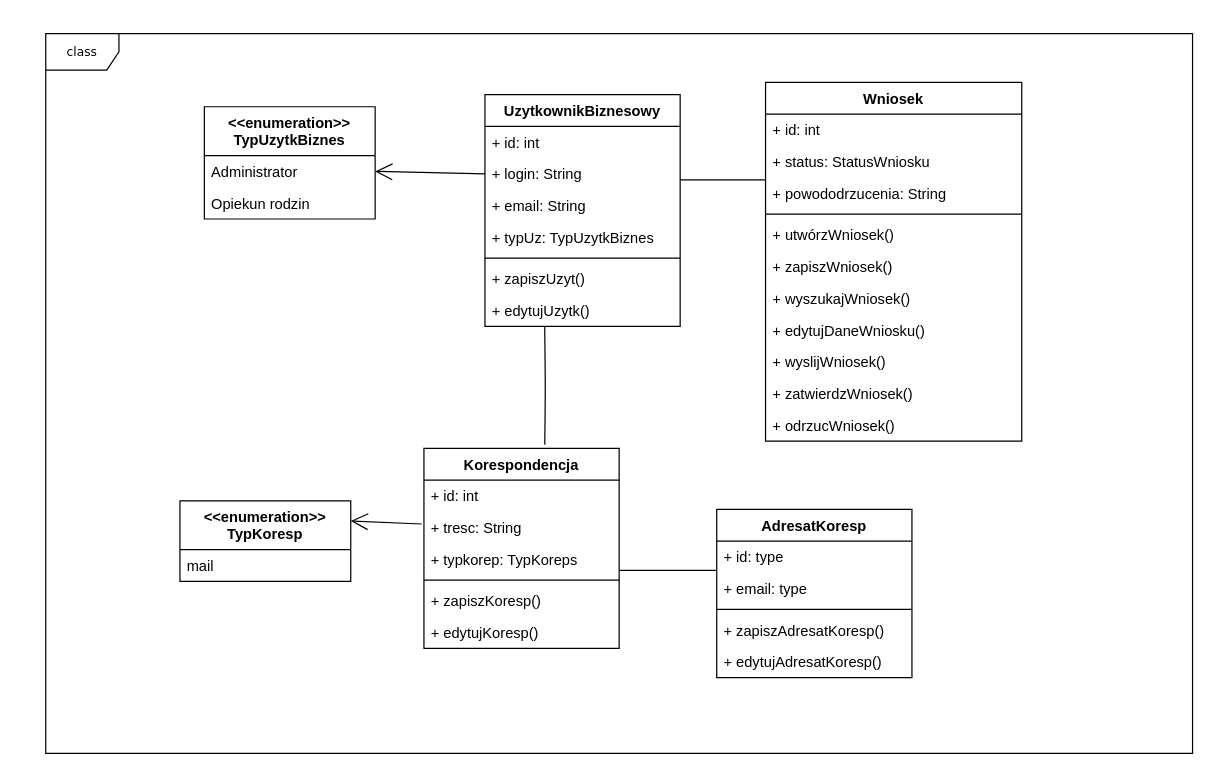
The draw.io diagram Untitled Diagram.drawio in tadeg/study, before the edit. Source tidied: cells renumbered, new cells numbered last; positions are measured from the earlier drawing's top-left corner, leaving out a move shared by most shapes. Both pictures are drawn from the tidied source at 122%, with x=0, y=0 at pixel (45, 33).
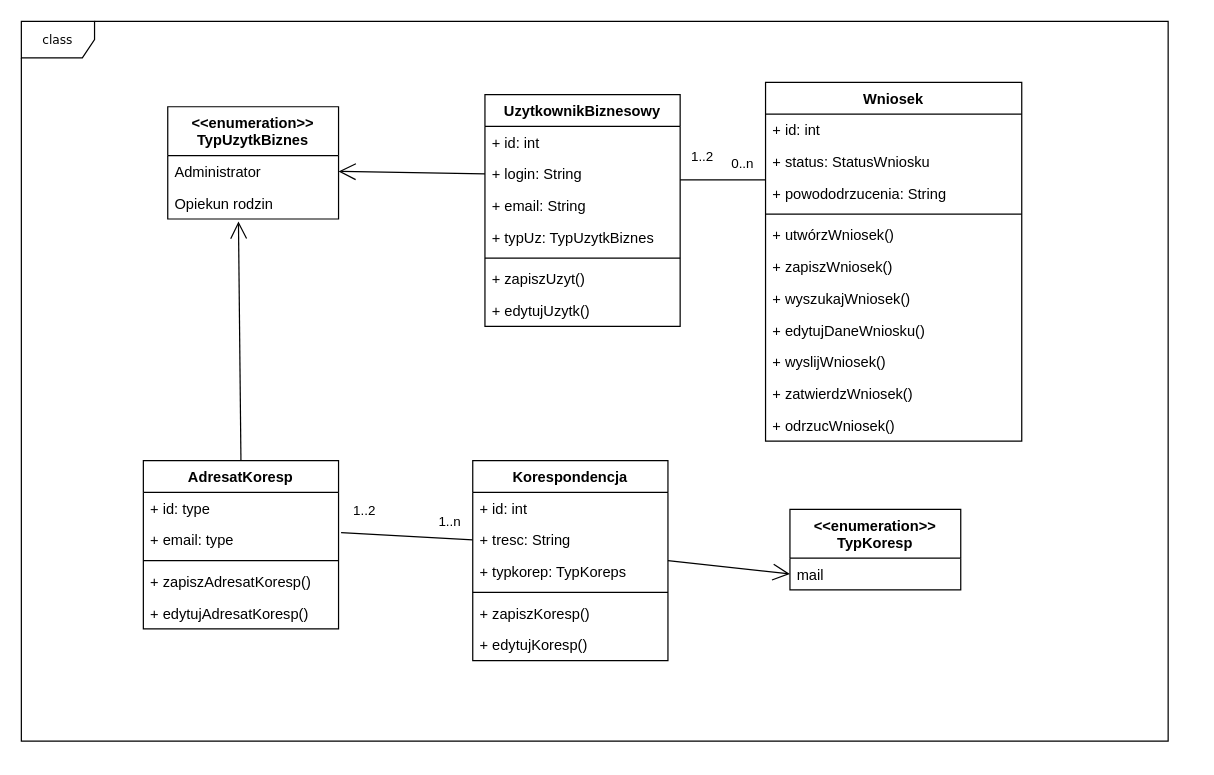
The same page after the edit.

The change refers to these unchanged cells:
```xml
<mxCell id="24" value="Opiekun rodzin" style="text;strokeColor=none;fillColor=none;align=left;verticalAlign=top;spacingLeft=4;spacingRight=4;overflow=hidden;points=[[0,0.5],[1,0.5]];portConstraint=eastwest;" parent="22" vertex="1">
  <mxGeometry y="66" width="140" height="26" as="geometry" />
</mxCell>
<mxCell id="26" style="endArrow=none;html=1;edgeStyle=orthogonalEdgeStyle;" parent="1" edge="1">
  <mxGeometry relative="1" as="geometry">
    <mxPoint x="520" y="120" as="sourcePoint" />
    <mxPoint x="590" y="120" as="targetPoint" />
  </mxGeometry>
</mxCell>
<mxCell id="29" value="+ email: type" style="text;strokeColor=none;fillColor=none;align=left;verticalAlign=top;spacingLeft=4;spacingRight=4;overflow=hidden;points=[[0,0.5],[1,0.5]];portConstraint=eastwest;" parent="27" vertex="1">
  <mxGeometry y="52" width="160" height="26" as="geometry" />
</mxCell>
<mxCell id="34" value="mail" style="text;strokeColor=none;fillColor=none;align=left;verticalAlign=top;spacingLeft=4;spacingRight=4;overflow=hidden;points=[[0,0.5],[1,0.5]];portConstraint=eastwest;" parent="33" vertex="1">
  <mxGeometry y="40" width="140" height="26" as="geometry" />
</mxCell>
<mxCell id="39" value="+ tresc: String" style="text;strokeColor=none;fillColor=none;align=left;verticalAlign=top;spacingLeft=4;spacingRight=4;overflow=hidden;points=[[0,0.5],[1,0.5]];portConstraint=eastwest;" parent="37" vertex="1">
  <mxGeometry y="52" width="160" height="26" as="geometry" />
</mxCell>
<mxCell id="40" value="+ typkorep: TypKoreps" style="text;strokeColor=none;fillColor=none;align=left;verticalAlign=top;spacingLeft=4;spacingRight=4;overflow=hidden;points=[[0,0.5],[1,0.5]];portConstraint=eastwest;" parent="37" vertex="1">
  <mxGeometry y="78" width="160" height="26" as="geometry" />
</mxCell>
```

Change to the diagram source:
```diff
@@
     <mxCell id="22" value="&lt;&lt;enumeration&gt;&gt;&#10;TypUzytkBiznes" style="swimlane;fontStyle=1;horizontal=1;startSize=40;fillColor=none;" parent="1" vertex="1">
-      <mxGeometry x="130" y="60" width="140" height="92" as="geometry" />
+      <mxGeometry x="100" y="60" width="140" height="92" as="geometry" />
     </mxCell>
@@
+    <mxCell id="46" value="0..n" style="edgeLabel;html=1;align=center;verticalAlign=middle;" parent="26" vertex="1">
+      <mxGeometry x="0.11" relative="1" as="geometry">
+        <mxPoint x="11" y="-14" as="offset" />
+      </mxGeometry>
+    </mxCell>
+    <mxCell id="47" value="1..2" style="edgeLabel;html=1;align=center;verticalAlign=middle;" parent="26" vertex="1">
+      <mxGeometry x="-0.51" relative="1" as="geometry">
+        <mxPoint y="-20" as="offset" />
+      </mxGeometry>
+    </mxCell>
     <mxCell id="27" value="AdresatKoresp" style="swimlane;fontStyle=1;align=center;verticalAlign=top;horizontal=1;startSize=26;" parent="1" vertex="1">
-      <mxGeometry x="550" y="390" width="160" height="138" as="geometry" />
+      <mxGeometry x="80" y="350" width="160" height="138" as="geometry" />
     </mxCell>
@@
     <mxCell id="33" value="&lt;&lt;enumeration&gt;&gt;&#10;TypKoresp" style="swimlane;fontStyle=1;horizontal=1;startSize=40;fillColor=none;" parent="1" vertex="1">
-      <mxGeometry x="110" y="383" width="140" height="66" as="geometry" />
+      <mxGeometry x="610" y="390" width="140" height="66" as="geometry" />
     </mxCell>
@@
-    <mxCell id="35" style="endArrow=open;endFill=1;endSize=12;html=1;entryX=1;entryY=0.25;entryDx=0;entryDy=0;exitX=-0.012;exitY=0.138;exitDx=0;exitDy=0;exitPerimeter=0;" parent="1" edge="1" target="33">
-      <mxGeometry relative="1" as="geometry">
-        <mxPoint x="308.1" y="402" as="sourcePoint" />
-      </mxGeometry>
+    <mxCell id="35" style="endArrow=open;endFill=1;endSize=12;html=1;exitX=1;exitY=0.154;exitDx=0;exitDy=0;exitPerimeter=0;entryX=0;entryY=0.5;entryDx=0;entryDy=0;" parent="1" edge="1" source="40" target="34">
+      <mxGeometry relative="1" as="geometry" />
     </mxCell>
-    <mxCell id="36" style="endArrow=none;html=1;edgeStyle=orthogonalEdgeStyle;" parent="1" edge="1">
-      <mxGeometry relative="1" as="geometry">
-        <mxPoint x="470" y="440" as="sourcePoint" />
-        <mxPoint x="550" y="440" as="targetPoint" />
-      </mxGeometry>
-    </mxCell>
     <mxCell id="37" value="Korespondencja" style="swimlane;fontStyle=1;align=center;verticalAlign=top;horizontal=1;startSize=26;" parent="1" vertex="1">
-      <mxGeometry x="310" y="340" width="160" height="164" as="geometry" />
+      <mxGeometry x="350" y="350" width="160" height="164" as="geometry" />
     </mxCell>
@@
-    <mxCell id="44" style="endArrow=none;html=1;edgeStyle=orthogonalEdgeStyle;entryX=0.619;entryY=-0.018;entryDx=0;entryDy=0;entryPerimeter=0;" parent="1" edge="1" target="37">
-      <mxGeometry relative="1" as="geometry">
-        <mxPoint x="409" y="240" as="sourcePoint" />
-      </mxGeometry>
-    </mxCell>
     <mxCell id="45" value="class" style="shape=umlFrame;whiteSpace=wrap;html=1;rounded=0;shadow=0;comic=0;labelBackgroundColor=none;strokeWidth=1;fontFamily=Verdana;fontSize=10;align=center;" parent="1" vertex="1">
-      <mxGeometry width="940" height="590" as="geometry" />
+      <mxGeometry x="-20" y="-10" width="940" height="590" as="geometry" />
     </mxCell>
+    <mxCell id="48" style="endArrow=open;endFill=1;endSize=12;html=1;entryX=0.414;entryY=1.077;entryDx=0;entryDy=0;entryPerimeter=0;exitX=0.5;exitY=0;exitDx=0;exitDy=0;" parent="1" edge="1" source="27" target="24">
+      <mxGeometry relative="1" as="geometry" />
+    </mxCell>
+    <mxCell id="49" style="endArrow=none;html=1;entryX=0;entryY=0.5;entryDx=0;entryDy=0;exitX=1.013;exitY=0.269;exitDx=0;exitDy=0;exitPerimeter=0;" parent="1" edge="1" source="29" target="39">
+      <mxGeometry relative="1" as="geometry" />
+    </mxCell>
+    <mxCell id="50" value="1..2" style="edgeLabel;html=1;align=center;verticalAlign=middle;" parent="49" vertex="1">
+      <mxGeometry x="0.38" y="1" relative="1" as="geometry">
+        <mxPoint x="-57" y="-22.1" as="offset" />
+      </mxGeometry>
+    </mxCell>
+    <mxCell id="51" value="1..n" style="edgeLabel;html=1;align=center;verticalAlign=middle;" parent="49" vertex="1">
+      <mxGeometry x="0.35" y="1" relative="1" as="geometry">
+        <mxPoint x="15" y="-12.1" as="offset" />
+      </mxGeometry>
+    </mxCell>
```
